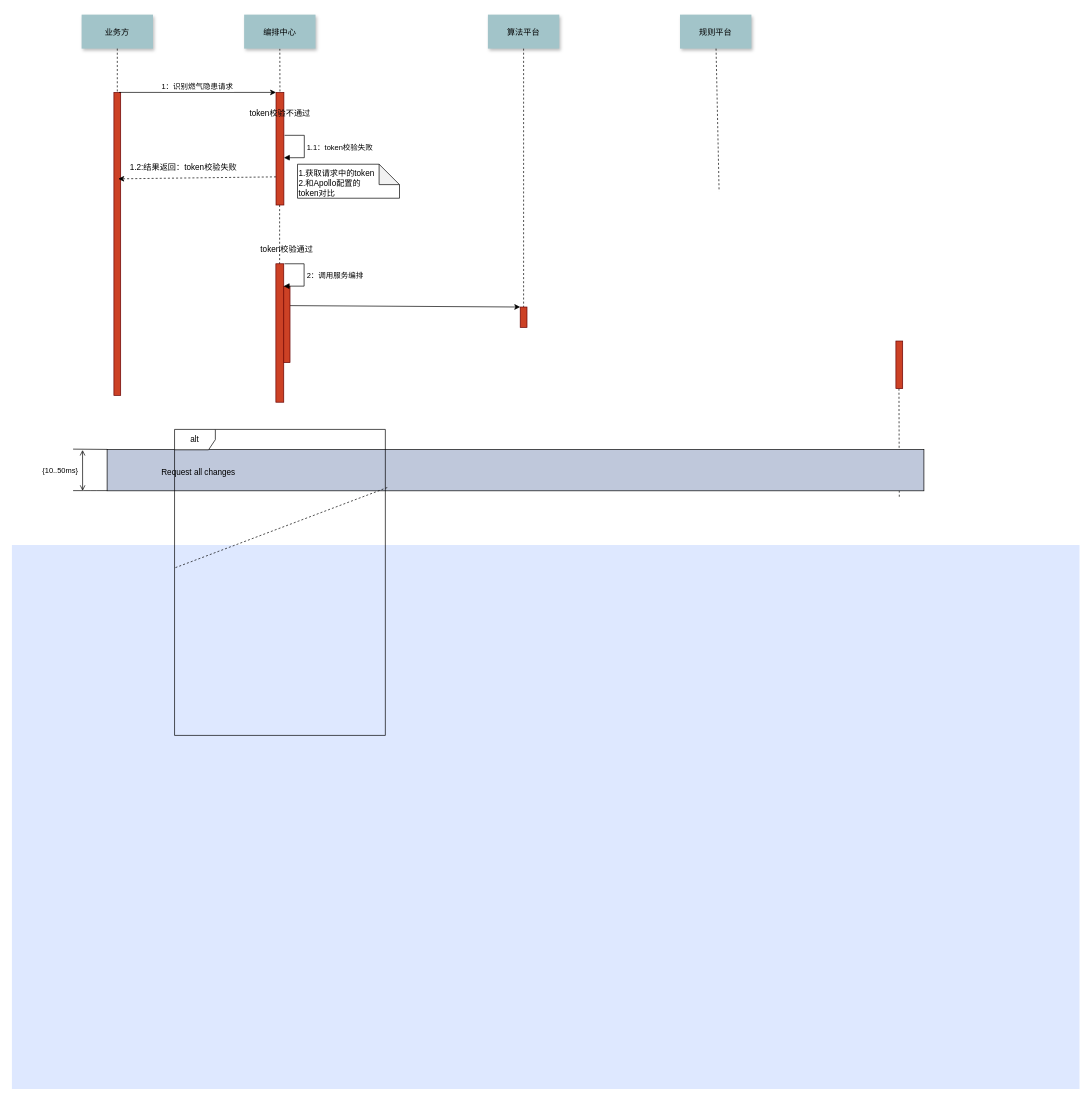
Above: 未命名绘图.drawio in flytangyu/typora-image (draw.io), before the change. Source tidied: cells renumbered, new cells numbered last; positions are measured from the earlier drawing's top-left corner, leaving out a move shared by most shapes. Both pictures are drawn from the tidied source at 68%, with x=0, y=0 at pixel (12, 14).
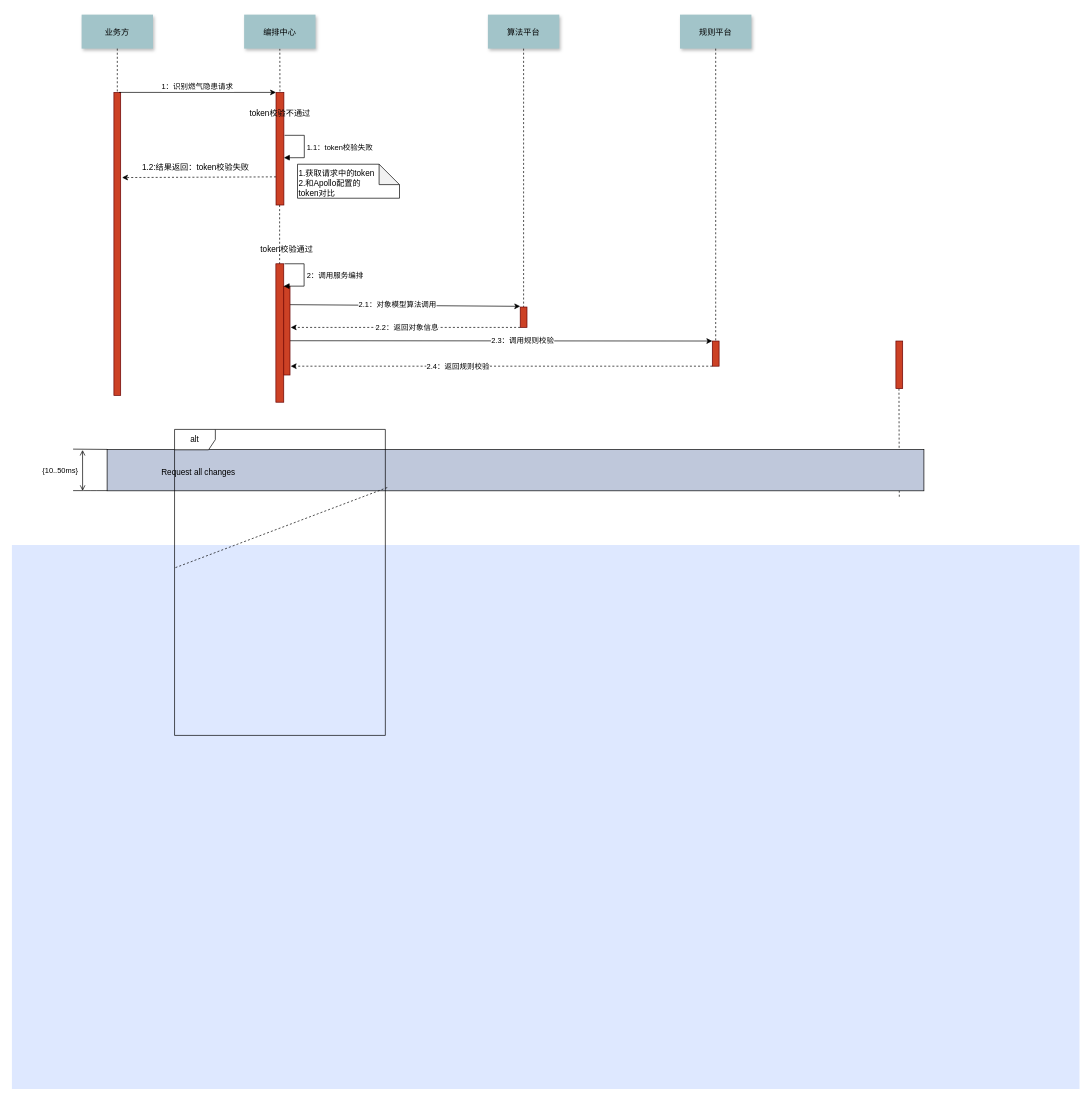
The same diagram, later.

Commit message (it also covers changes not shown here):
更新未命名绘图.drawio

Unchanged cells that the change refers to:
```xml
<mxCell id="4" style="fillColor=#CC4125;strokeColor=#660000;" parent="1" vertex="1">
  <mxGeometry x="150" y="114.4" width="10" height="445.6" as="geometry" />
</mxCell>
<mxCell id="9" style="fillColor=#CC4125;strokeColor=#660000;" parent="1" vertex="1">
  <mxGeometry x="388.4" y="114.4" width="11.6" height="165.6" as="geometry" />
</mxCell>
<mxCell id="13" value="规则平台" style="shadow=1;fillColor=#A2C4C9;strokeColor=none;" parent="1" vertex="1">
  <mxGeometry x="982.5" width="105" height="50" as="geometry" />
</mxCell>
<mxCell id="19" style="fillColor=#CC4125;strokeColor=#660000;" parent="1" vertex="1">
  <mxGeometry x="747.5" y="430" width="10" height="30" as="geometry" />
</mxCell>
```

Change to the diagram source:
```diff
@@
-    <mxCell id="10" style="rounded=0;jettySize=auto;html=1;exitX=0;exitY=0.75;exitDx=0;exitDy=0;endArrow=classic;endFill=1;dashed=1;entryX=-0.028;entryY=1.05;entryDx=0;entryDy=0;entryPerimeter=0;" parent="1" edge="1" source="9" target="31">
+    <mxCell id="10" style="rounded=0;jettySize=auto;html=1;endArrow=classic;endFill=1;dashed=1;entryX=1.2;entryY=0.281;entryDx=0;entryDy=0;entryPerimeter=0;exitX=0;exitY=0.75;exitDx=0;exitDy=0;" parent="1" edge="1" source="9" target="4">
       <mxGeometry relative="1" as="geometry" />
     </mxCell>
@@
-    <mxCell id="14" style="edgeStyle=none;endArrow=none;dashed=1;" parent="1" edge="1" source="13">
-      <mxGeometry x="727.3" y="165" as="geometry">
-        <mxPoint x="1040" y="260" as="targetPoint" />
+    <mxCell id="14" style="edgeStyle=none;endArrow=none;dashed=1;startArrow=none;" parent="1" edge="1" source="38">
+      <mxGeometry x="727.3" y="158" as="geometry">
+        <mxPoint x="1035" y="483" as="targetPoint" />
       </mxGeometry>
     </mxCell>
@@
-    <mxCell id="17" style="rounded=0;jettySize=auto;html=1;exitX=1;exitY=0.25;exitDx=0;exitDy=0;entryX=0;entryY=0;entryDx=0;entryDy=0;" parent="1" edge="1" source="18" target="19">
-      <mxGeometry relative="1" as="geometry" />
+    <mxCell id="17" style="rounded=0;jettySize=auto;html=1;exitX=0.904;exitY=0.204;exitDx=0;exitDy=0;entryX=0;entryY=0;entryDx=0;entryDy=0;exitPerimeter=0;" parent="1" edge="1" source="18">
+      <mxGeometry relative="1" as="geometry">
+        <mxPoint x="747.5" y="429" as="targetPoint" />
+      </mxGeometry>
     </mxCell>
+    <mxCell id="35" value="2.1：对象模型算法调用" style="edgeLabel;html=1;align=center;verticalAlign=middle;" parent="17" vertex="1">
+      <mxGeometry x="-0.07" y="1" relative="1" as="geometry" />
+    </mxCell>
+    <mxCell id="36" style="edgeStyle=none;rounded=0;jettySize=auto;html=1;exitX=0.804;exitY=0.612;exitDx=0;exitDy=0;entryX=0;entryY=0;entryDx=0;entryDy=0;exitPerimeter=0;" parent="1" edge="1" source="18" target="38">
+      <mxGeometry relative="1" as="geometry" />
+    </mxCell>
+    <mxCell id="37" value="2.3：调用规则校验" style="edgeLabel;html=1;align=center;verticalAlign=middle;" parent="36" vertex="1">
+      <mxGeometry x="0.1" relative="1" as="geometry" />
+    </mxCell>
     <mxCell id="18" style="fillColor=#CC4125;strokeColor=#660000;" parent="1" vertex="1">
-      <mxGeometry x="399" y="400" width="10" height="111.7" as="geometry" />
+      <mxGeometry x="399" y="400" width="10" height="130" as="geometry" />
     </mxCell>
@@
     <mxCell id="31" value="1.2:结果返回：token校验失败" style="text;html=1;align=center;verticalAlign=middle;points=[];strokeColor=none;fillColor=none;" parent="1" vertex="1">
-      <mxGeometry x="161.5" y="210" width="180" height="30" as="geometry" />
+      <mxGeometry x="180" y="210" width="180" height="30" as="geometry" />
     </mxCell>
@@
+    <mxCell id="38" style="fillColor=#CC4125;strokeColor=#660000;" parent="1" vertex="1">
+      <mxGeometry x="1030" y="480" width="10" height="37" as="geometry" />
+    </mxCell>
+    <mxCell id="39" style="edgeStyle=none;endArrow=none;dashed=1;" parent="1" edge="1" source="13" target="38">
+      <mxGeometry x="727.3" y="165" as="geometry" />
+    </mxCell>
+    <mxCell id="40" style="rounded=0;jettySize=auto;html=1;exitX=0;exitY=1;exitDx=0;exitDy=0;endArrow=classic;endFill=1;dashed=1;" parent="1" edge="1" source="19">
+      <mxGeometry relative="1" as="geometry">
+        <mxPoint x="410" y="460" as="targetPoint" />
+      </mxGeometry>
+    </mxCell>
+    <mxCell id="41" value="2.2：返回对象信息" style="edgeLabel;html=1;align=center;verticalAlign=middle;" parent="40" vertex="1">
+      <mxGeometry x="0.47" y="-2" relative="1" as="geometry">
+        <mxPoint x="81" y="2" as="offset" />
+      </mxGeometry>
+    </mxCell>
+    <mxCell id="42" style="rounded=0;jettySize=auto;html=1;exitX=0;exitY=1;exitDx=0;exitDy=0;endArrow=classic;endFill=1;dashed=1;" parent="1" edge="1" source="38">
+      <mxGeometry relative="1" as="geometry">
+        <mxPoint x="410" y="517" as="targetPoint" />
+      </mxGeometry>
+    </mxCell>
+    <mxCell id="43" value="2.4：返回规则校验" style="edgeLabel;html=1;align=center;verticalAlign=middle;" parent="42" vertex="1">
+      <mxGeometry x="0.47" y="-2" relative="1" as="geometry">
+        <mxPoint x="81" y="2" as="offset" />
+      </mxGeometry>
+    </mxCell>
```
